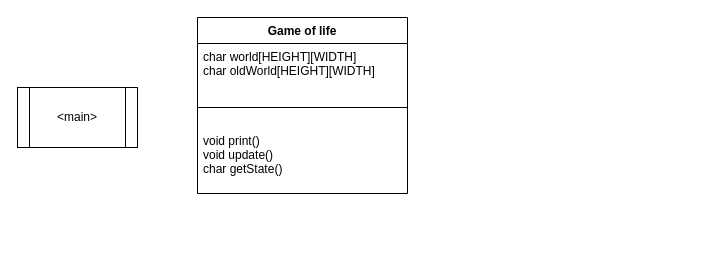
VityKos/Game-of-life keeps this draw.io diagram as Game_of_life/Architecture Game of life.drawio. Above is the earlier version. Source tidied: cells renumbered, new cells numbered last; positions are measured from the earlier drawing's top-left corner, leaving out a move shared by most shapes. Both pictures are drawn from the tidied source at 100%, with x=0, y=0 at pixel (17, 17).
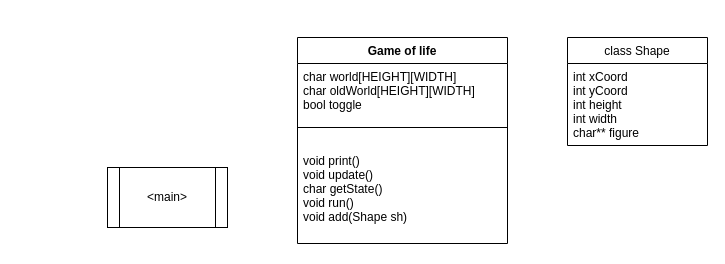
The same page after the edit.

What changed in the source:
```diff
@@
 <mxGraphModel>
   <root>
     <mxCell id="0" />
     <mxCell id="1" parent="0" />
     <mxCell id="2" value="&amp;lt;main&amp;gt;" style="shape=process;whiteSpace=wrap;html=1;backgroundOutline=1;" parent="1" vertex="1">
-      <mxGeometry y="70" width="120" height="60" as="geometry" />
+      <mxGeometry x="90" y="150" width="120" height="60" as="geometry" />
     </mxCell>
     <mxCell id="3" value="Game of life" style="swimlane;fontStyle=1;align=center;verticalAlign=top;horizontal=1;startSize=26;" parent="1" vertex="1">
-      <mxGeometry x="180" width="210" height="176" as="geometry" />
+      <mxGeometry x="280" y="20" width="210" height="206" as="geometry" />
     </mxCell>
-    <mxCell id="4" value="char world[HEIGHT][WIDTH]&#10;char oldWorld[HEIGHT][WIDTH]" style="text;strokeColor=none;fillColor=none;align=left;verticalAlign=top;spacingLeft=4;spacingRight=4;overflow=hidden;" parent="3" vertex="1">
-      <mxGeometry y="26" width="210" height="44" as="geometry" />
-    </mxCell>
+    <mxCell id="7" value="char world[HEIGHT][WIDTH]&#10;char oldWorld[HEIGHT][WIDTH]&#10;bool toggle" style="text;strokeColor=none;fillColor=none;align=left;verticalAlign=top;spacingLeft=4;spacingRight=4;overflow=hidden;" parent="3" vertex="1">
+      <mxGeometry y="26" width="210" height="44" as="geometry" />
+    </mxCell>
     <mxCell id="5" style="line;strokeWidth=1;fillColor=none;align=left;verticalAlign=middle;spacingTop=-1;spacingLeft=3;spacingRight=3;labelPosition=right;" parent="3" vertex="1">
       <mxGeometry y="70" width="210" height="40" as="geometry" />
     </mxCell>
-    <mxCell id="6" value="void print()&#10;void update()&#10;char getState()" style="text;strokeColor=none;fillColor=none;align=left;verticalAlign=top;spacingLeft=4;spacingRight=4;overflow=hidden;" parent="3" vertex="1">
-      <mxGeometry y="110" width="210" height="66" as="geometry" />
-    </mxCell>
+    <mxCell id="8" value="void print()&#10;void update()&#10;char getState()&#10;void run()&#10;void add(Shape sh)" style="text;strokeColor=none;fillColor=none;align=left;verticalAlign=top;spacingLeft=4;spacingRight=4;overflow=hidden;" parent="3" vertex="1">
+      <mxGeometry y="110" width="210" height="96" as="geometry" />
+    </mxCell>
+    <mxCell id="9" value="class Shape" style="swimlane;fontStyle=0;horizontal=1;startSize=26;fillColor=none;" parent="1" vertex="1">
+      <mxGeometry x="550" y="20" width="140" height="108" as="geometry" />
+    </mxCell>
+    <mxCell id="10" value="int xCoord&#10;int yCoord&#10;int height&#10;int width&#10;char** figure" style="text;strokeColor=none;fillColor=none;align=left;verticalAlign=top;spacingLeft=4;spacingRight=4;overflow=hidden;" parent="9" vertex="1">
+      <mxGeometry y="26" width="140" height="82" as="geometry" />
+    </mxCell>
   </root>
 </mxGraphModel>
```
